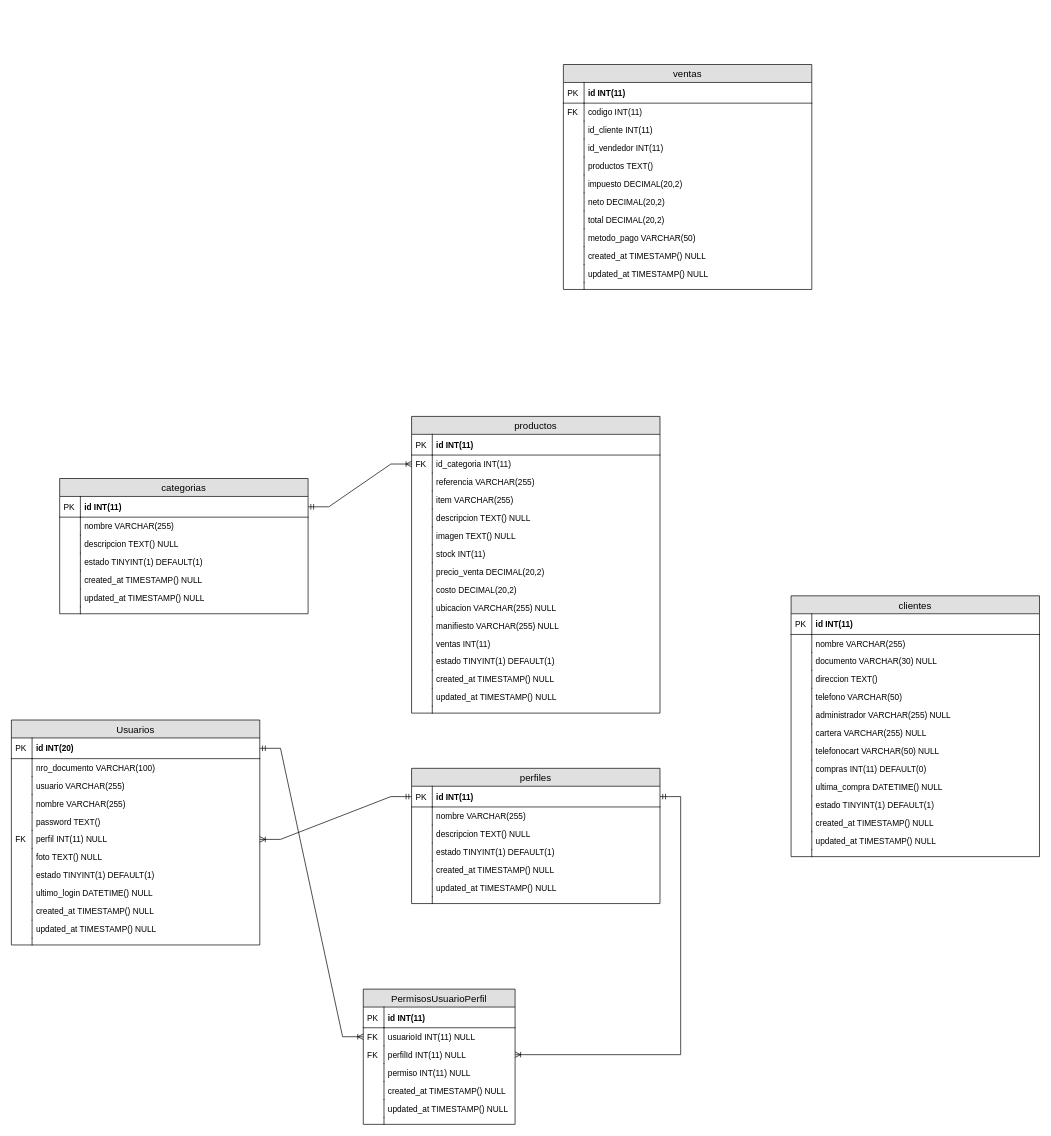
The draw.io diagram assets/db/InventorySystem.drawio in anthourrego/InventorySystem, before the edit. Source tidied: cells renumbered, new cells numbered last; positions are measured from the earlier drawing's top-left corner, leaving out a move shared by most shapes. Both pictures are drawn from the tidied source at 69%, with x=0, y=0 at pixel (11, 64).
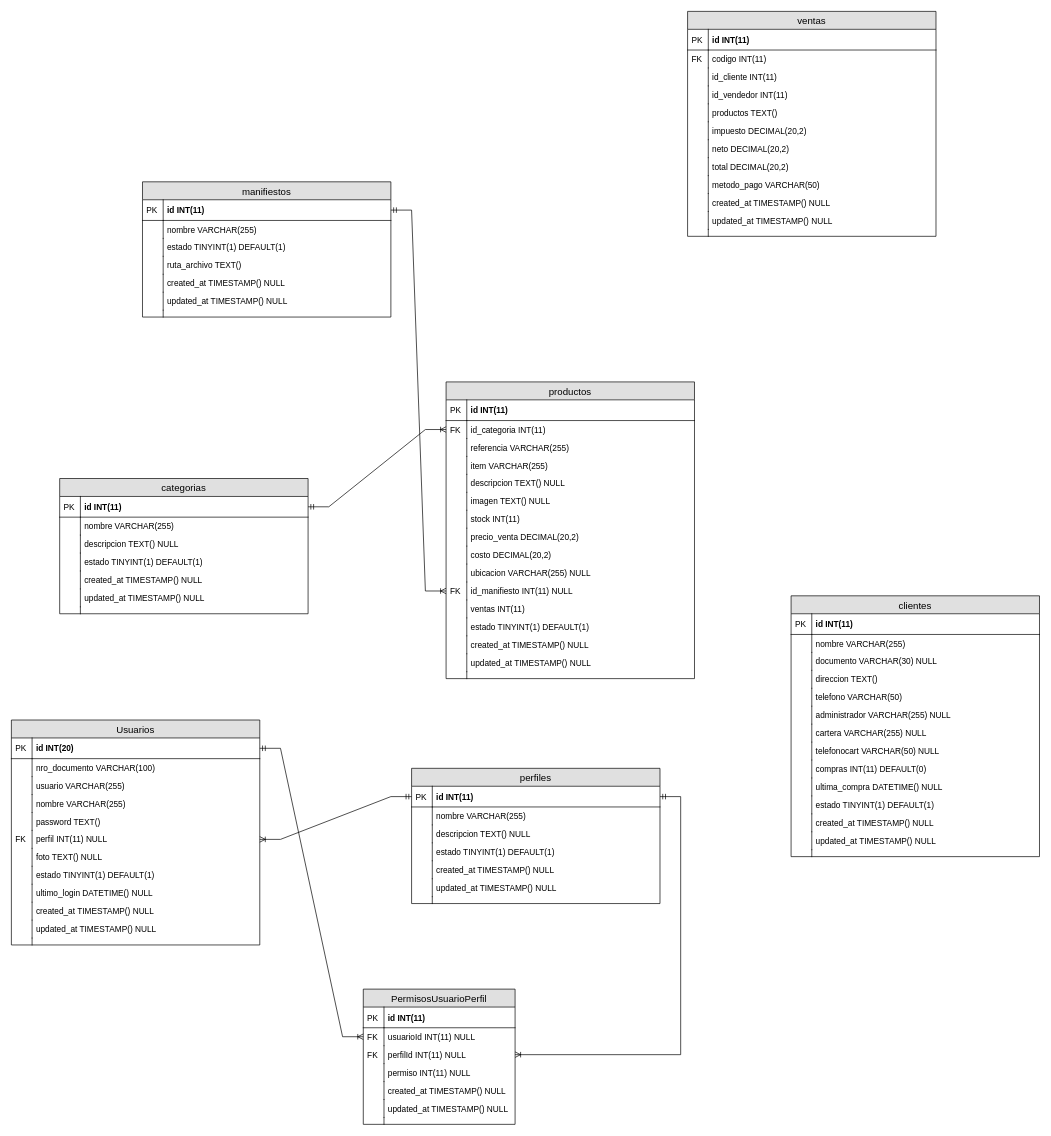
After the change.

Commit message (it also covers changes not shown here):
Se actualiza manifiestos

The edit, as a diff of the source:
```diff
@@
     <mxCell id="57" value="productos" style="swimlane;fontStyle=0;horizontal=1;startSize=26;fillColor=#e0e0e0;swimlaneFillColor=#ffffff;align=center;fontSize=14;" parent="1" vertex="1">
-      <mxGeometry x="580" y="510" width="360" height="430" as="geometry" />
+      <mxGeometry x="630" y="460" width="360" height="430" as="geometry" />
     </mxCell>
@@
-    <mxCell id="78" value="manifiesto VARCHAR(255) NULL" style="shape=partialRectangle;top=0;left=0;right=0;bottom=0;align=left;verticalAlign=top;fillColor=none;spacingLeft=34;spacingRight=4;overflow=hidden;points=[[0,0.5],[1,0.5]];portConstraint=eastwest;fontSize=12;" parent="57" vertex="1">
+    <mxCell id="78" value="id_manifiesto INT(11) NULL" style="shape=partialRectangle;top=0;left=0;right=0;bottom=0;align=left;verticalAlign=top;fillColor=none;spacingLeft=34;spacingRight=4;overflow=hidden;points=[[0,0.5],[1,0.5]];portConstraint=eastwest;fontSize=12;" parent="57" vertex="1">
       <mxGeometry y="290" width="360" height="26" as="geometry" />
     </mxCell>
-    <mxCell id="79" style="shape=partialRectangle;top=0;left=0;bottom=0;fillColor=none;align=left;verticalAlign=top;spacingLeft=4;spacingRight=4;overflow=hidden;fontSize=12;" parent="78" vertex="1">
+    <mxCell id="79" value="FK" style="shape=partialRectangle;top=0;left=0;bottom=0;fillColor=none;align=left;verticalAlign=top;spacingLeft=4;spacingRight=4;overflow=hidden;fontSize=12;" parent="78" vertex="1">
       <mxGeometry width="30" height="26" as="geometry" />
     </mxCell>
@@
     <mxCell id="121" value="ventas" style="swimlane;fontStyle=0;horizontal=1;startSize=26;fillColor=#e0e0e0;swimlaneFillColor=#ffffff;align=center;fontSize=14;" parent="1" vertex="1">
-      <mxGeometry x="800" width="360" height="326" as="geometry" />
+      <mxGeometry x="980" y="-77" width="360" height="326" as="geometry" />
     </mxCell>
@@
+    <mxCell id="163" value="manifiestos" style="swimlane;fontStyle=0;horizontal=1;startSize=26;fillColor=#e0e0e0;swimlaneFillColor=#ffffff;align=center;fontSize=14;" parent="1" vertex="1">
+      <mxGeometry x="190" y="170" width="360" height="196" as="geometry" />
+    </mxCell>
+    <mxCell id="164" value="id INT(11)" style="shape=partialRectangle;top=0;left=0;right=0;bottom=1;align=left;verticalAlign=middle;fillColor=none;spacingLeft=34;spacingRight=4;overflow=hidden;points=[[0,0.5],[1,0.5]];portConstraint=eastwest;fontStyle=1;fontSize=12;" parent="163" vertex="1">
+      <mxGeometry y="26" width="360" height="30" as="geometry" />
+    </mxCell>
+    <mxCell id="165" value="PK" style="shape=partialRectangle;top=0;left=0;bottom=0;fillColor=none;align=left;verticalAlign=middle;spacingLeft=4;spacingRight=4;overflow=hidden;fontSize=12;" parent="164" vertex="1">
+      <mxGeometry width="30" height="30" as="geometry" />
+    </mxCell>
+    <mxCell id="166" value="nombre VARCHAR(255)" style="shape=partialRectangle;top=0;left=0;right=0;bottom=0;align=left;verticalAlign=top;fillColor=none;spacingLeft=34;spacingRight=4;overflow=hidden;fontSize=12;" parent="163" vertex="1">
+      <mxGeometry y="56" width="360" height="26" as="geometry" />
+    </mxCell>
+    <mxCell id="167" style="shape=partialRectangle;top=0;left=0;bottom=0;fillColor=none;align=left;verticalAlign=top;spacingLeft=4;spacingRight=4;overflow=hidden;fontSize=12;" parent="166" vertex="1">
+      <mxGeometry width="30" height="26" as="geometry" />
+    </mxCell>
+    <mxCell id="168" value="estado TINYINT(1) DEFAULT(1)" style="shape=partialRectangle;top=0;left=0;right=0;bottom=0;align=left;verticalAlign=top;fillColor=none;spacingLeft=34;spacingRight=4;overflow=hidden;fontSize=12;" parent="163" vertex="1">
+      <mxGeometry y="82" width="360" height="26" as="geometry" />
+    </mxCell>
+    <mxCell id="169" style="shape=partialRectangle;top=0;left=0;bottom=0;fillColor=none;align=left;verticalAlign=top;spacingLeft=4;spacingRight=4;overflow=hidden;fontSize=12;" parent="168" vertex="1">
+      <mxGeometry width="30" height="26" as="geometry" />
+    </mxCell>
+    <mxCell id="170" value="ruta_archivo TEXT()" style="shape=partialRectangle;top=0;left=0;right=0;bottom=0;align=left;verticalAlign=top;fillColor=none;spacingLeft=34;spacingRight=4;overflow=hidden;fontSize=12;" parent="163" vertex="1">
+      <mxGeometry y="108" width="360" height="26" as="geometry" />
+    </mxCell>
+    <mxCell id="171" style="shape=partialRectangle;top=0;left=0;bottom=0;fillColor=none;align=left;verticalAlign=top;spacingLeft=4;spacingRight=4;overflow=hidden;fontSize=12;" parent="170" vertex="1">
+      <mxGeometry width="30" height="26" as="geometry" />
+    </mxCell>
+    <mxCell id="172" value="created_at TIMESTAMP() NULL" style="shape=partialRectangle;top=0;left=0;right=0;bottom=0;align=left;verticalAlign=top;fillColor=none;spacingLeft=34;spacingRight=4;overflow=hidden;fontSize=12;" parent="163" vertex="1">
+      <mxGeometry y="134" width="360" height="26" as="geometry" />
+    </mxCell>
+    <mxCell id="173" style="shape=partialRectangle;top=0;left=0;bottom=0;fillColor=none;align=left;verticalAlign=top;spacingLeft=4;spacingRight=4;overflow=hidden;fontSize=12;" parent="172" vertex="1">
+      <mxGeometry width="30" height="26" as="geometry" />
+    </mxCell>
+    <mxCell id="174" value="updated_at TIMESTAMP() NULL" style="shape=partialRectangle;top=0;left=0;right=0;bottom=0;align=left;verticalAlign=top;fillColor=none;spacingLeft=34;spacingRight=4;overflow=hidden;fontSize=12;" parent="163" vertex="1">
+      <mxGeometry y="160" width="360" height="26" as="geometry" />
+    </mxCell>
+    <mxCell id="175" style="shape=partialRectangle;top=0;left=0;bottom=0;fillColor=none;align=left;verticalAlign=top;spacingLeft=4;spacingRight=4;overflow=hidden;fontSize=12;" parent="174" vertex="1">
+      <mxGeometry width="30" height="26" as="geometry" />
+    </mxCell>
+    <mxCell id="176" style="shape=partialRectangle;top=0;left=0;right=0;bottom=0;align=left;verticalAlign=top;fillColor=none;spacingLeft=34;spacingRight=4;overflow=hidden;fontSize=12;" parent="163" vertex="1">
+      <mxGeometry y="186" width="360" height="10" as="geometry" />
+    </mxCell>
+    <mxCell id="177" style="shape=partialRectangle;top=0;left=0;bottom=0;fillColor=none;align=left;verticalAlign=top;spacingLeft=4;spacingRight=4;overflow=hidden;fontSize=12;" parent="176" vertex="1">
+      <mxGeometry width="30" height="10" as="geometry" />
+    </mxCell>
+    <mxCell id="178" style="edgeStyle=entityRelationEdgeStyle;fontSize=12;html=1;endArrow=ERoneToMany;startArrow=ERmandOne;rounded=0;" parent="1" edge="1" source="164" target="78">
+      <mxGeometry relative="1" as="geometry" />
+    </mxCell>
```
